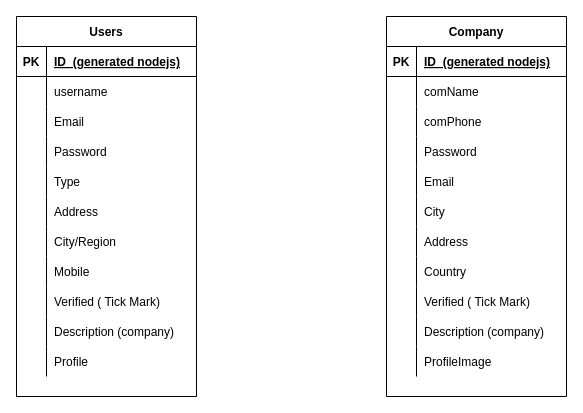
The draw.io diagram server/data/diagram/jobfinderDb Diagram.drawio in ENG-CJ/Job-Finder-App, before the edit. Source tidied: cells renumbered, new cells numbered last; positions are measured from the earlier drawing's top-left corner, leaving out a move shared by most shapes. Both pictures are drawn from the tidied source at 100%, with x=0, y=0 at pixel (16, 16).
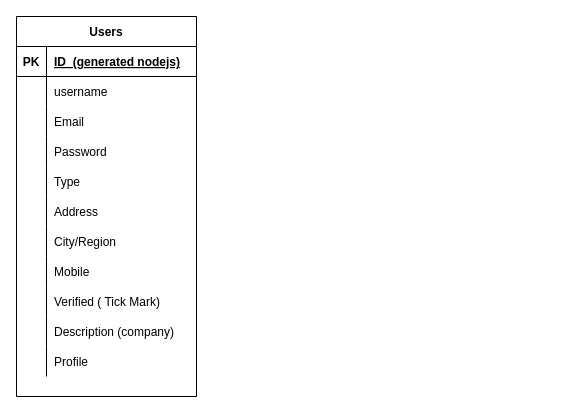
Above is the later version.

What changed in the source:
```diff
@@
-    <mxCell id="36" value="Company" style="shape=table;startSize=30;childLayout=tableLayout;rowLines=0;fontStyle=1;align=center;" parent="1" vertex="1">
-      <mxGeometry x="370" width="180" height="380" as="geometry" />
-    </mxCell>
-    <mxCell id="37" style="shape=partialRectangle;fillColor=none;top=0;left=0;bottom=1;right=0;" parent="36" vertex="1">
-      <mxGeometry y="30" width="180" height="30" as="geometry" />
-    </mxCell>
-    <mxCell id="38" value="PK" style="shape=partialRectangle;fillColor=none;top=0;left=0;bottom=0;right=0;fontStyle=1;overflow=hidden;" parent="37" vertex="1">
-      <mxGeometry width="30" height="30" as="geometry" />
-    </mxCell>
-    <mxCell id="39" value="ID  (generated nodejs)" style="shape=partialRectangle;fillColor=none;top=0;left=0;bottom=0;right=0;align=left;spacingLeft=6;fontStyle=5;overflow=hidden;" parent="37" vertex="1">
-      <mxGeometry x="30" width="150" height="30" as="geometry" />
-    </mxCell>
-    <mxCell id="40" style="shape=partialRectangle;fillColor=none;top=0;left=0;bottom=0;right=0;" parent="36" vertex="1">
-      <mxGeometry y="60" width="180" height="30" as="geometry" />
-    </mxCell>
-    <mxCell id="41" style="shape=partialRectangle;fillColor=none;top=0;left=0;bottom=0;right=0;overflow=hidden;" parent="40" vertex="1">
-      <mxGeometry width="30" height="30" as="geometry" />
-    </mxCell>
-    <mxCell id="42" value="comName" style="shape=partialRectangle;fillColor=none;top=0;left=0;bottom=0;right=0;align=left;spacingLeft=6;overflow=hidden;" parent="40" vertex="1">
-      <mxGeometry x="30" width="150" height="30" as="geometry" />
-    </mxCell>
-    <mxCell id="43" style="shape=partialRectangle;fillColor=none;top=0;left=0;bottom=0;right=0;" parent="36" vertex="1">
-      <mxGeometry y="90" width="180" height="30" as="geometry" />
-    </mxCell>
-    <mxCell id="44" style="shape=partialRectangle;fillColor=none;top=0;left=0;bottom=0;right=0;overflow=hidden;" parent="43" vertex="1">
-      <mxGeometry width="30" height="30" as="geometry" />
-    </mxCell>
-    <mxCell id="45" value="comPhone" style="shape=partialRectangle;fillColor=none;top=0;left=0;bottom=0;right=0;align=left;spacingLeft=6;overflow=hidden;" parent="43" vertex="1">
-      <mxGeometry x="30" width="150" height="30" as="geometry" />
-    </mxCell>
-    <mxCell id="46" style="shape=partialRectangle;fillColor=none;top=0;left=0;bottom=0;right=0;" parent="36" vertex="1">
-      <mxGeometry y="120" width="180" height="30" as="geometry" />
-    </mxCell>
-    <mxCell id="47" style="shape=partialRectangle;fillColor=none;top=0;left=0;bottom=0;right=0;overflow=hidden;" parent="46" vertex="1">
-      <mxGeometry width="30" height="30" as="geometry" />
-    </mxCell>
-    <mxCell id="48" value="Password" style="shape=partialRectangle;fillColor=none;top=0;left=0;bottom=0;right=0;align=left;spacingLeft=6;overflow=hidden;" parent="46" vertex="1">
-      <mxGeometry x="30" width="150" height="30" as="geometry" />
-    </mxCell>
-    <mxCell id="49" style="shape=partialRectangle;fillColor=none;top=0;left=0;bottom=0;right=0;" parent="36" vertex="1">
-      <mxGeometry y="150" width="180" height="30" as="geometry" />
-    </mxCell>
-    <mxCell id="50" style="shape=partialRectangle;fillColor=none;top=0;left=0;bottom=0;right=0;overflow=hidden;" parent="49" vertex="1">
-      <mxGeometry width="30" height="30" as="geometry" />
-    </mxCell>
-    <mxCell id="51" value="Email" style="shape=partialRectangle;fillColor=none;top=0;left=0;bottom=0;right=0;align=left;spacingLeft=6;overflow=hidden;" parent="49" vertex="1">
-      <mxGeometry x="30" width="150" height="30" as="geometry" />
-    </mxCell>
-    <mxCell id="52" style="shape=partialRectangle;fillColor=none;top=0;left=0;bottom=0;right=0;" parent="36" vertex="1">
-      <mxGeometry y="180" width="180" height="30" as="geometry" />
-    </mxCell>
-    <mxCell id="53" style="shape=partialRectangle;fillColor=none;top=0;left=0;bottom=0;right=0;overflow=hidden;" parent="52" vertex="1">
-      <mxGeometry width="30" height="30" as="geometry" />
-    </mxCell>
-    <mxCell id="54" value="City" style="shape=partialRectangle;fillColor=none;top=0;left=0;bottom=0;right=0;align=left;spacingLeft=6;overflow=hidden;" parent="52" vertex="1">
-      <mxGeometry x="30" width="150" height="30" as="geometry" />
-    </mxCell>
-    <mxCell id="55" style="shape=partialRectangle;fillColor=none;top=0;left=0;bottom=0;right=0;" parent="36" vertex="1">
-      <mxGeometry y="210" width="180" height="30" as="geometry" />
-    </mxCell>
-    <mxCell id="56" style="shape=partialRectangle;fillColor=none;top=0;left=0;bottom=0;right=0;overflow=hidden;" parent="55" vertex="1">
-      <mxGeometry width="30" height="30" as="geometry" />
-    </mxCell>
-    <mxCell id="57" value="Address" style="shape=partialRectangle;fillColor=none;top=0;left=0;bottom=0;right=0;align=left;spacingLeft=6;overflow=hidden;" parent="55" vertex="1">
-      <mxGeometry x="30" width="150" height="30" as="geometry" />
-    </mxCell>
-    <mxCell id="58" style="shape=partialRectangle;fillColor=none;top=0;left=0;bottom=0;right=0;" parent="36" vertex="1">
-      <mxGeometry y="240" width="180" height="30" as="geometry" />
-    </mxCell>
-    <mxCell id="59" style="shape=partialRectangle;fillColor=none;top=0;left=0;bottom=0;right=0;overflow=hidden;" parent="58" vertex="1">
-      <mxGeometry width="30" height="30" as="geometry" />
-    </mxCell>
-    <mxCell id="60" value="Country" style="shape=partialRectangle;fillColor=none;top=0;left=0;bottom=0;right=0;align=left;spacingLeft=6;overflow=hidden;" parent="58" vertex="1">
-      <mxGeometry x="30" width="150" height="30" as="geometry" />
-    </mxCell>
-    <mxCell id="61" style="shape=partialRectangle;fillColor=none;top=0;left=0;bottom=0;right=0;" parent="36" vertex="1">
-      <mxGeometry y="270" width="180" height="30" as="geometry" />
-    </mxCell>
-    <mxCell id="62" style="shape=partialRectangle;fillColor=none;top=0;left=0;bottom=0;right=0;overflow=hidden;" parent="61" vertex="1">
-      <mxGeometry width="30" height="30" as="geometry" />
-    </mxCell>
-    <mxCell id="63" value="Verified ( Tick Mark)" style="shape=partialRectangle;fillColor=none;top=0;left=0;bottom=0;right=0;align=left;spacingLeft=6;overflow=hidden;" parent="61" vertex="1">
-      <mxGeometry x="30" width="150" height="30" as="geometry" />
-    </mxCell>
-    <mxCell id="64" style="shape=partialRectangle;fillColor=none;top=0;left=0;bottom=0;right=0;" parent="36" vertex="1">
-      <mxGeometry y="300" width="180" height="30" as="geometry" />
-    </mxCell>
-    <mxCell id="65" style="shape=partialRectangle;fillColor=none;top=0;left=0;bottom=0;right=0;overflow=hidden;" parent="64" vertex="1">
-      <mxGeometry width="30" height="30" as="geometry" />
-    </mxCell>
-    <mxCell id="66" value="Description (company)" style="shape=partialRectangle;fillColor=none;top=0;left=0;bottom=0;right=0;align=left;spacingLeft=6;overflow=hidden;" parent="64" vertex="1">
-      <mxGeometry x="30" width="150" height="30" as="geometry" />
-    </mxCell>
-    <mxCell id="67" style="shape=partialRectangle;fillColor=none;top=0;left=0;bottom=0;right=0;" parent="36" vertex="1">
-      <mxGeometry y="330" width="180" height="30" as="geometry" />
-    </mxCell>
-    <mxCell id="68" style="shape=partialRectangle;fillColor=none;top=0;left=0;bottom=0;right=0;overflow=hidden;" parent="67" vertex="1">
-      <mxGeometry width="30" height="30" as="geometry" />
-    </mxCell>
-    <mxCell id="69" value="ProfileImage" style="shape=partialRectangle;fillColor=none;top=0;left=0;bottom=0;right=0;align=left;spacingLeft=6;overflow=hidden;" parent="67" vertex="1">
-      <mxGeometry x="30" width="150" height="30" as="geometry" />
-    </mxCell>
```
